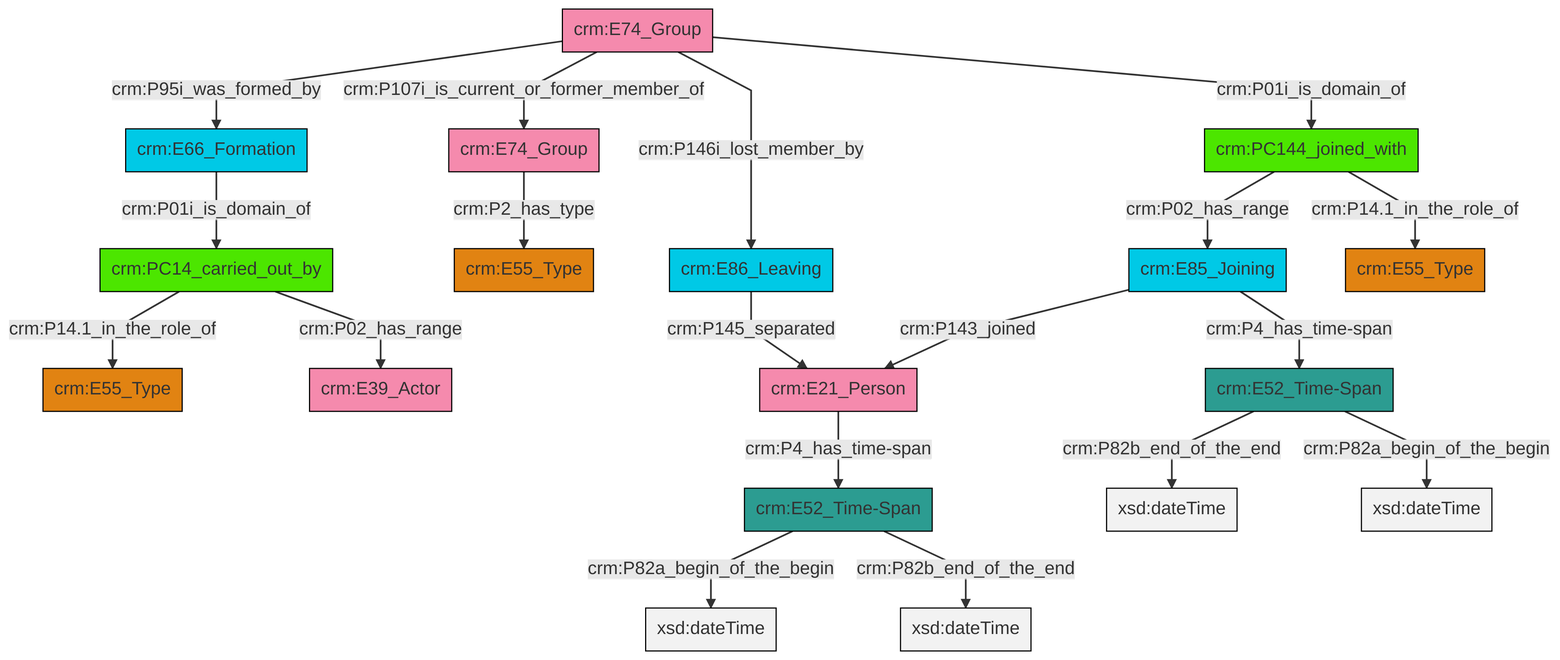
This is et/groupCSV/ttl/mmd/png/group_actor_relations.png from swiss-art-research-net/reference-data-models, a Mermaid export, as it was before one commit. Its source is kept beside it as et/groupCSV/ttl/mmd/group_actor_relations.ttl.mmd.
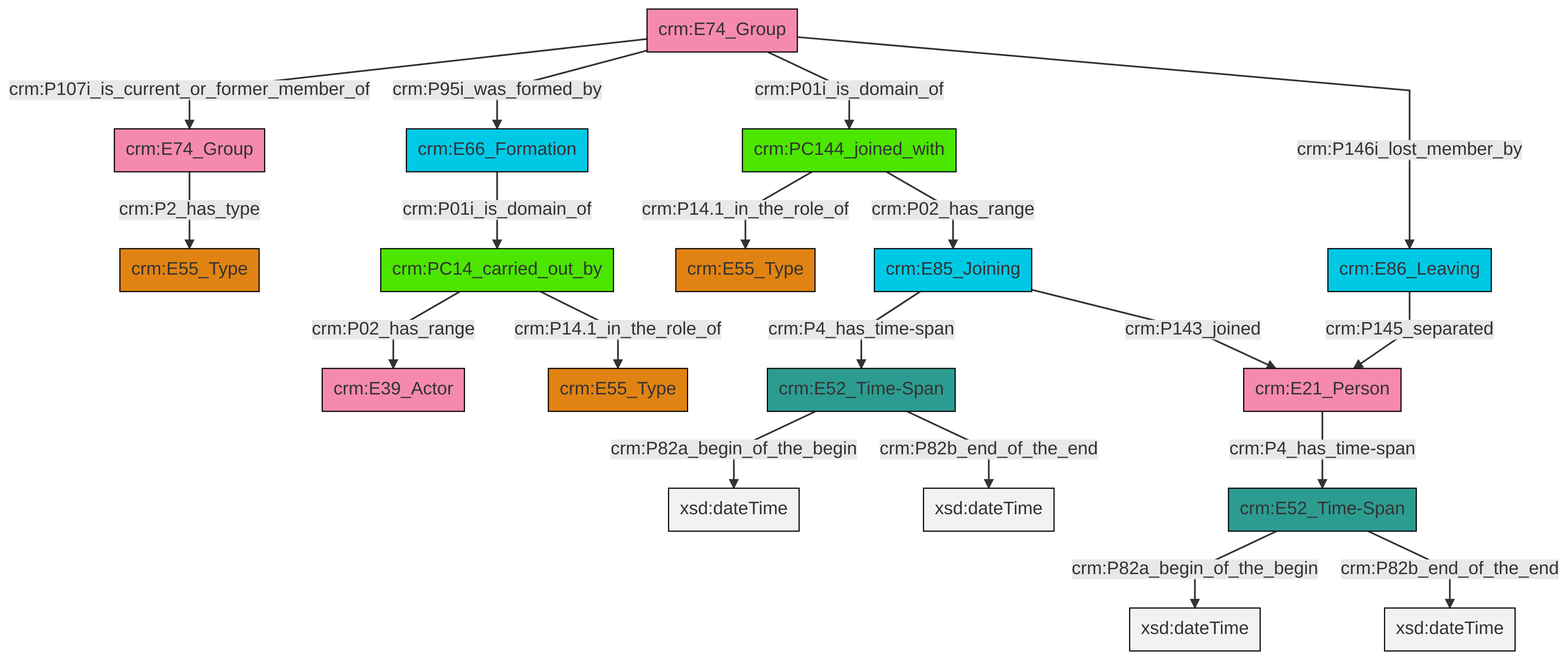
Later version of the same file.

Change to the diagram source:
```diff
@@ -13,21 +13,21 @@
 classDef PC_Classes fill:#4ce600, stroke:#000000;
 classDef Multi fill:#cccccc,stroke:#000000;
 
-0["crm:E85_Joining"]:::Temporal_Entity -->|crm:P143_joined| 1["crm:E21_Person"]:::Actor
-10["crm:E52_Time-Span"]:::Time-Span -->|crm:P82b_end_of_the_end| 11[xsd:dateTime]:::Literal
-6["crm:E74_Group"]:::Actor -->|crm:P2_has_type| 2["crm:E55_Type"]:::Type
-14["crm:E74_Group"]:::Actor -->|crm:P95i_was_formed_by| 15["crm:E66_Formation"]:::Temporal_Entity
-14["crm:E74_Group"]:::Actor -->|crm:P107i_is_current_or_former_member_of| 6["crm:E74_Group"]:::Actor
+2["crm:E52_Time-Span"]:::Time-Span -->|crm:P82a_begin_of_the_begin| 3[xsd:dateTime]:::Literal
+4["crm:E74_Group"]:::Actor -->|crm:P2_has_type| 5["crm:E55_Type"]:::Type
+7["crm:PC144_joined_with"]:::PC_Classes -->|crm:P14.1_in_the_role_of| 8["crm:E55_Type"]:::Type
+2["crm:E52_Time-Span"]:::Time-Span -->|crm:P82b_end_of_the_end| 9[xsd:dateTime]:::Literal
+7["crm:PC144_joined_with"]:::PC_Classes -->|crm:P02_has_range| 10["crm:E85_Joining"]:::Temporal_Entity
+11["crm:E74_Group"]:::Actor -->|crm:P107i_is_current_or_former_member_of| 4["crm:E74_Group"]:::Actor
 19["crm:E52_Time-Span"]:::Time-Span -->|crm:P82a_begin_of_the_begin| 20[xsd:dateTime]:::Literal
-10["crm:E52_Time-Span"]:::Time-Span -->|crm:P82a_begin_of_the_begin| 22[xsd:dateTime]:::Literal
-15["crm:E66_Formation"]:::Temporal_Entity -->|crm:P01i_is_domain_of| 23["crm:PC14_carried_out_by"]:::PC_Classes
-23["crm:PC14_carried_out_by"]:::PC_Classes -->|crm:P14.1_in_the_role_of| 12["crm:E55_Type"]:::Type
-4["crm:PC144_joined_with"]:::PC_Classes -->|crm:P02_has_range| 0["crm:E85_Joining"]:::Temporal_Entity
-0["crm:E85_Joining"]:::Temporal_Entity -->|crm:P4_has_time-span| 10["crm:E52_Time-Span"]:::Time-Span
-4["crm:PC144_joined_with"]:::PC_Classes -->|crm:P14.1_in_the_role_of| 8["crm:E55_Type"]:::Type
-25["crm:E86_Leaving"]:::Temporal_Entity -->|crm:P145_separated| 1["crm:E21_Person"]:::Actor
-14["crm:E74_Group"]:::Actor -->|crm:P146i_lost_member_by| 25["crm:E86_Leaving"]:::Temporal_Entity
-1["crm:E21_Person"]:::Actor -->|crm:P4_has_time-span| 19["crm:E52_Time-Span"]:::Time-Span
-23["crm:PC14_carried_out_by"]:::PC_Classes -->|crm:P02_has_range| 29["crm:E39_Actor"]:::Actor
-14["crm:E74_Group"]:::Actor -->|crm:P01i_is_domain_of| 4["crm:PC144_joined_with"]:::PC_Classes
-19["crm:E52_Time-Span"]:::Time-Span -->|crm:P82b_end_of_the_end| 34[xsd:dateTime]:::Literal
+10["crm:E85_Joining"]:::Temporal_Entity -->|crm:P4_has_time-span| 2["crm:E52_Time-Span"]:::Time-Span
+24["crm:PC14_carried_out_by"]:::PC_Classes -->|crm:P02_has_range| 17["crm:E39_Actor"]:::Actor
+15["crm:E21_Person"]:::Actor -->|crm:P4_has_time-span| 19["crm:E52_Time-Span"]:::Time-Span
+0["crm:E86_Leaving"]:::Temporal_Entity -->|crm:P145_separated| 15["crm:E21_Person"]:::Actor
+24["crm:PC14_carried_out_by"]:::PC_Classes -->|crm:P14.1_in_the_role_of| 21["crm:E55_Type"]:::Type
+10["crm:E85_Joining"]:::Temporal_Entity -->|crm:P143_joined| 15["crm:E21_Person"]:::Actor
+11["crm:E74_Group"]:::Actor -->|crm:P95i_was_formed_by| 28["crm:E66_Formation"]:::Temporal_Entity
+11["crm:E74_Group"]:::Actor -->|crm:P01i_is_domain_of| 7["crm:PC144_joined_with"]:::PC_Classes
+28["crm:E66_Formation"]:::Temporal_Entity -->|crm:P01i_is_domain_of| 24["crm:PC14_carried_out_by"]:::PC_Classes
+19["crm:E52_Time-Span"]:::Time-Span -->|crm:P82b_end_of_the_end| 32[xsd:dateTime]:::Literal
+11["crm:E74_Group"]:::Actor -->|crm:P146i_lost_member_by| 0["crm:E86_Leaving"]:::Temporal_Entity
```
